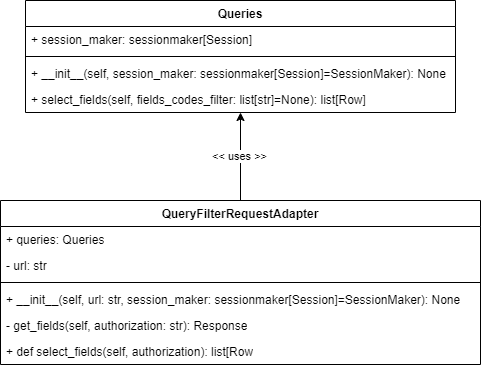
Before: Lab Work №6/docs/Images/Adapter.png, a diagram exported from draw.io (yunas-x/Diploma). Source tidied: cells renumbered, new cells last; positions are measured from the earlier drawing's top-left corner, leaving out a move shared by most shapes.
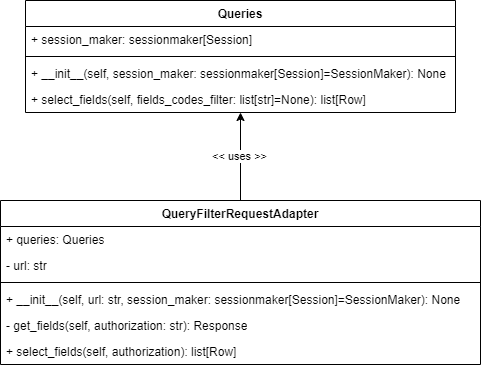
Later version of the same file.

Diff of the diagram source:
```diff
@@ -41,7 +41,7 @@
     <mxCell id="14" value="-&amp;nbsp;get_fields(self, authorization: str): Response" style="text;strokeColor=none;fillColor=none;align=left;verticalAlign=top;spacingLeft=4;spacingRight=4;overflow=hidden;whiteSpace=wrap;html=1;" parent="9" vertex="1">
       <mxGeometry y="112" width="480" height="26" as="geometry" />
     </mxCell>
-    <mxCell id="15" value="+&amp;nbsp;def select_fields(self, authorization): list[Row" style="text;strokeColor=none;fillColor=none;align=left;verticalAlign=top;spacingLeft=4;spacingRight=4;overflow=hidden;whiteSpace=wrap;html=1;" parent="9" vertex="1">
+    <mxCell id="15" value="+ select_fields(self, authorization): list[Row]" style="text;strokeColor=none;fillColor=none;align=left;verticalAlign=top;spacingLeft=4;spacingRight=4;overflow=hidden;whiteSpace=wrap;html=1;" parent="9" vertex="1">
       <mxGeometry y="138" width="480" height="26" as="geometry" />
     </mxCell>
   </root>
```
